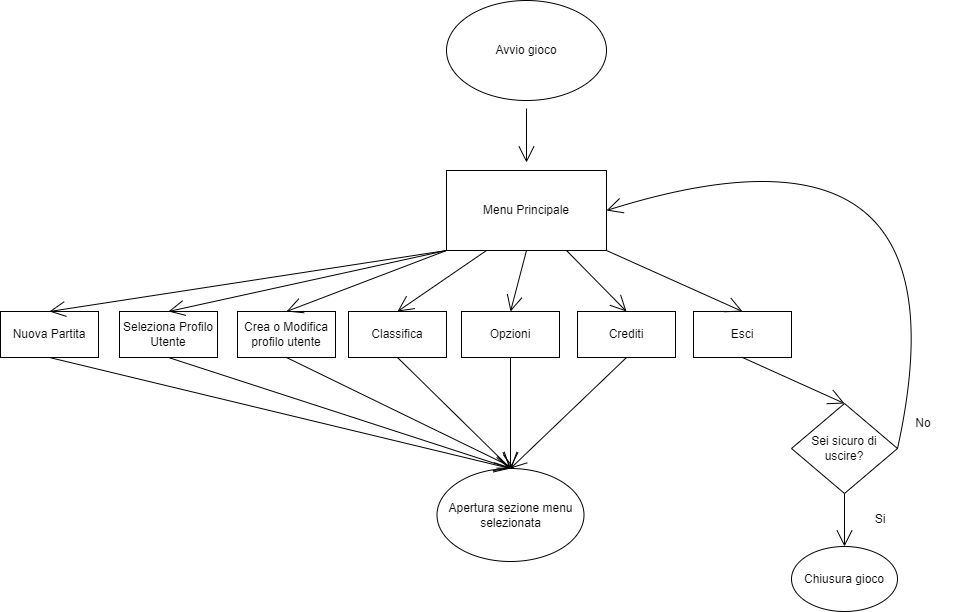
Before: doc/img/MenuPrincipaleFlowChart.png, a diagram exported from draw.io (zSavT/Healthy-Catering). Source tidied: cells renumbered, new cells last; positions are measured from the earlier drawing's top-left corner, leaving out a move shared by most shapes.
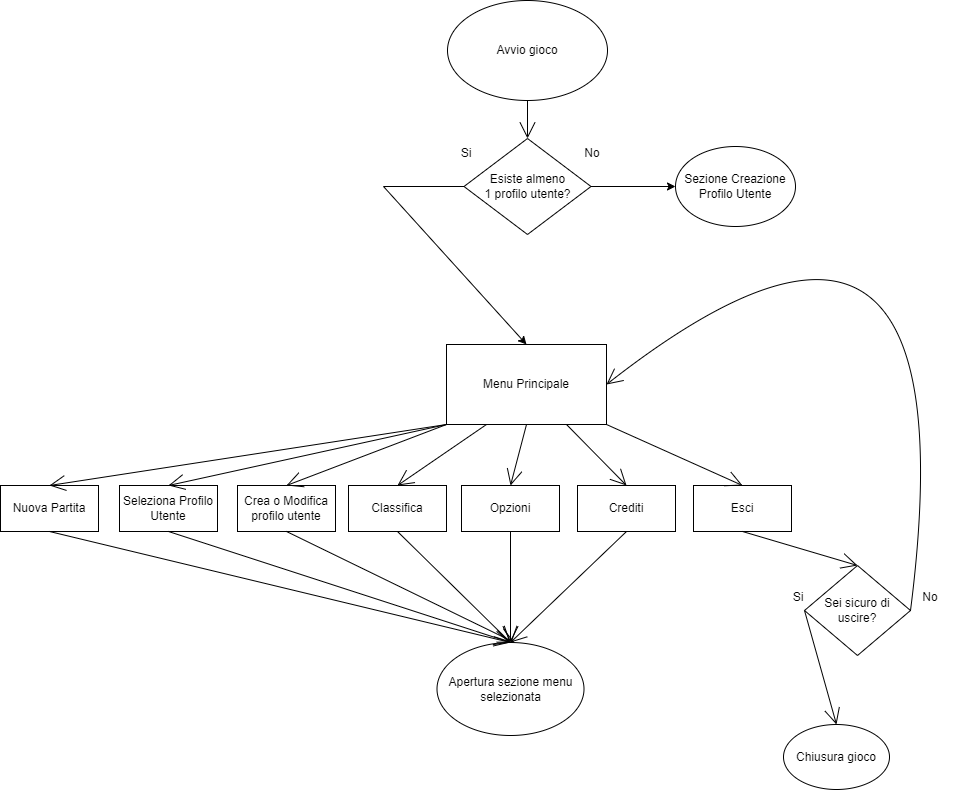
After the commit.

What changed in the source:
```diff
@@ -5,11 +5,11 @@
     <mxCell id="2" value="Menu Principale" style="rounded=0;whiteSpace=wrap;html=1;hachureGap=4;" parent="1" vertex="1">
       <mxGeometry x="446" y="170" width="160" height="80" as="geometry" />
     </mxCell>
-    <mxCell id="3" style="edgeStyle=none;curved=1;rounded=0;jettySize=auto;html=1;endArrow=open;startSize=14;endSize=14;sourcePerimeterSpacing=8;targetPerimeterSpacing=8;" parent="1" edge="1" source="4" target="2">
+    <mxCell id="3" style="edgeStyle=none;curved=1;rounded=0;jettySize=auto;html=1;endArrow=open;startSize=14;endSize=14;sourcePerimeterSpacing=8;targetPerimeterSpacing=8;exitX=0.5;exitY=1;exitDx=0;exitDy=0;entryX=0.5;entryY=0;entryDx=0;entryDy=0;" parent="1" edge="1" source="4" target="33">
       <mxGeometry relative="1" as="geometry" />
     </mxCell>
     <mxCell id="4" value="Avvio gioco" style="ellipse;whiteSpace=wrap;html=1;hachureGap=4;" parent="1" vertex="1">
-      <mxGeometry x="446" width="160" height="100" as="geometry" />
+      <mxGeometry x="447" y="-174" width="160" height="100" as="geometry" />
     </mxCell>
     <mxCell id="5" value="Esci" style="rounded=0;whiteSpace=wrap;html=1;hachureGap=4;" parent="1" vertex="1">
       <mxGeometry x="693" y="311" width="98" height="46" as="geometry" />
@@ -18,22 +18,22 @@
       <mxGeometry relative="1" as="geometry" />
     </mxCell>
     <mxCell id="7" value="Sei sicuro di uscire?" style="rhombus;whiteSpace=wrap;html=1;hachureGap=4;" parent="1" vertex="1">
-      <mxGeometry x="791" y="403" width="106" height="90" as="geometry" />
+      <mxGeometry x="804" y="391" width="106" height="90" as="geometry" />
     </mxCell>
     <mxCell id="8" style="edgeStyle=none;jettySize=auto;html=1;rounded=0;endArrow=open;startSize=14;endSize=14;sourcePerimeterSpacing=8;targetPerimeterSpacing=8;curved=1;exitX=0.5;exitY=1;exitDx=0;exitDy=0;entryX=0.5;entryY=0;entryDx=0;entryDy=0;" parent="1" edge="1" source="5" target="7">
       <mxGeometry relative="1" as="geometry" />
     </mxCell>
     <mxCell id="9" value="No" style="text;strokeColor=none;fillColor=none;html=1;align=center;verticalAlign=middle;whiteSpace=wrap;rounded=0;hachureGap=4;" parent="1" vertex="1">
-      <mxGeometry x="893" y="408" width="60" height="30" as="geometry" />
+      <mxGeometry x="900" y="408" width="60" height="30" as="geometry" />
     </mxCell>
     <mxCell id="10" value="Chiusura gioco" style="ellipse;whiteSpace=wrap;html=1;hachureGap=4;" parent="1" vertex="1">
-      <mxGeometry x="791" y="546" width="106" height="65" as="geometry" />
+      <mxGeometry x="783" y="550" width="106" height="65" as="geometry" />
     </mxCell>
-    <mxCell id="11" style="edgeStyle=none;jettySize=auto;html=1;rounded=0;endArrow=open;startSize=14;endSize=14;sourcePerimeterSpacing=8;targetPerimeterSpacing=8;curved=1;entryX=0.5;entryY=0;entryDx=0;entryDy=0;exitX=0.5;exitY=1;exitDx=0;exitDy=0;" parent="1" edge="1" source="7" target="10">
+    <mxCell id="11" style="edgeStyle=none;jettySize=auto;html=1;rounded=0;endArrow=open;startSize=14;endSize=14;sourcePerimeterSpacing=8;targetPerimeterSpacing=8;curved=1;entryX=0.5;entryY=0;entryDx=0;entryDy=0;exitX=0;exitY=0.5;exitDx=0;exitDy=0;" parent="1" edge="1" source="7" target="10">
       <mxGeometry relative="1" as="geometry" />
     </mxCell>
     <mxCell id="12" value="Si" style="text;strokeColor=none;fillColor=none;html=1;align=center;verticalAlign=middle;whiteSpace=wrap;rounded=0;hachureGap=4;" parent="1" vertex="1">
-      <mxGeometry x="850" y="504" width="60" height="30" as="geometry" />
+      <mxGeometry x="768" y="408" width="60" height="30" as="geometry" />
     </mxCell>
     <mxCell id="13" value="Crediti" style="rounded=0;whiteSpace=wrap;html=1;hachureGap=4;" parent="1" vertex="1">
       <mxGeometry x="577" y="311" width="98" height="46" as="geometry" />
@@ -77,7 +77,7 @@
     <mxCell id="26" style="edgeStyle=none;jettySize=auto;html=1;rounded=0;endArrow=open;startSize=14;endSize=14;sourcePerimeterSpacing=8;targetPerimeterSpacing=8;curved=1;exitX=1;exitY=0.5;exitDx=0;exitDy=0;entryX=1;entryY=0.5;entryDx=0;entryDy=0;" parent="1" edge="1" source="7" target="2">
       <mxGeometry relative="1" as="geometry">
         <Array as="points">
-          <mxPoint x="975" y="94" />
+          <mxPoint x="976" y="-80" />
         </Array>
       </mxGeometry>
     </mxCell>
@@ -101,5 +101,27 @@
         <mxPoint x="514" y="468" as="targetPoint" />
       </mxGeometry>
     </mxCell>
+    <mxCell id="33" value="Esiste almeno&lt;br&gt;1 profilo utente?" style="rhombus;whiteSpace=wrap;html=1;" parent="1" vertex="1">
+      <mxGeometry x="463.5" y="-36" width="127" height="96" as="geometry" />
+    </mxCell>
+    <mxCell id="34" value="Si" style="text;html=1;strokeColor=none;fillColor=none;align=center;verticalAlign=middle;whiteSpace=wrap;rounded=0;" parent="1" vertex="1">
+      <mxGeometry x="436" y="-36" width="60" height="30" as="geometry" />
+    </mxCell>
+    <mxCell id="35" value="No" style="text;html=1;strokeColor=none;fillColor=none;align=center;verticalAlign=middle;whiteSpace=wrap;rounded=0;" parent="1" vertex="1">
+      <mxGeometry x="562" y="-36" width="60" height="30" as="geometry" />
+    </mxCell>
+    <mxCell id="36" style="endArrow=classic;html=1;rounded=0;exitX=0;exitY=0.5;exitDx=0;exitDy=0;entryX=0.5;entryY=0;entryDx=0;entryDy=0;" parent="1" edge="1" source="33" target="2">
+      <mxGeometry relative="1" as="geometry">
+        <Array as="points">
+          <mxPoint x="383" y="12" />
+        </Array>
+      </mxGeometry>
+    </mxCell>
+    <mxCell id="37" value="Sezione Creazione Profilo Utente" style="ellipse;whiteSpace=wrap;html=1;" parent="1" vertex="1">
+      <mxGeometry x="675" y="-28" width="120" height="80" as="geometry" />
+    </mxCell>
+    <mxCell id="38" style="endArrow=classic;html=1;rounded=0;exitX=1;exitY=0.5;exitDx=0;exitDy=0;entryX=0;entryY=0.5;entryDx=0;entryDy=0;" parent="1" edge="1" source="33" target="37">
+      <mxGeometry relative="1" as="geometry" />
+    </mxCell>
   </root>
 </mxGraphModel>
```
